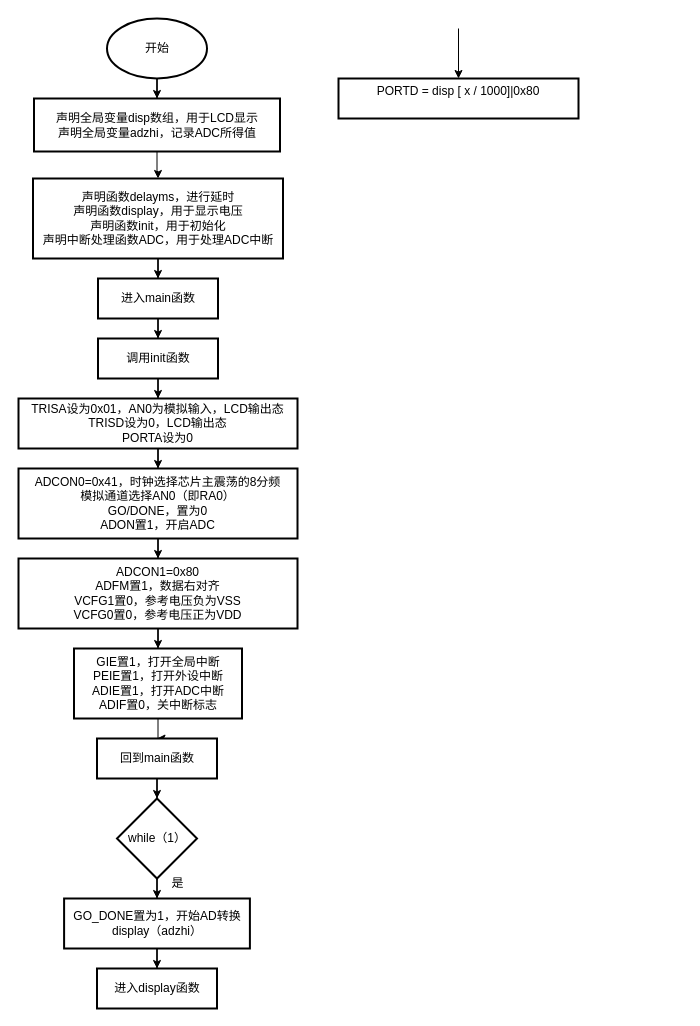
yangbc30/draw keeps this draw.io diagram as lab09.drawio. Above is the earlier version. Source tidied: cells renumbered, new cells numbered last; positions are measured from the earlier drawing's top-left corner, leaving out a move shared by most shapes. Both pictures are drawn from the tidied source at 100%, with x=0, y=0 at pixel (18, 18).
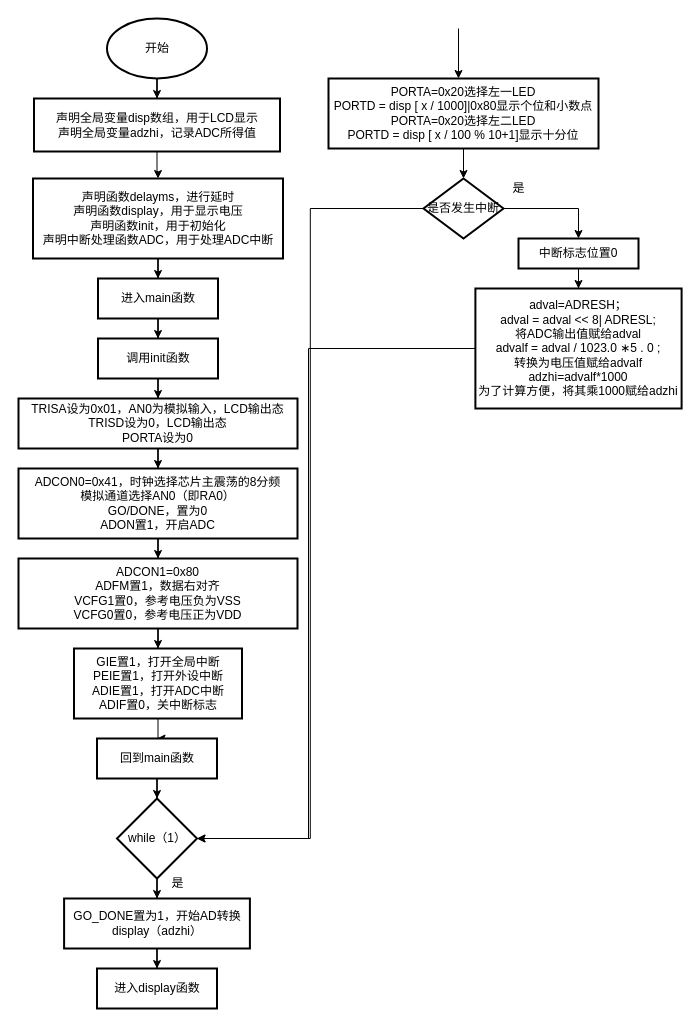
The same page after the edit.

Unchanged cells that the change refers to:
```xml
<mxCell id="23" value="while（1）" style="rhombus;whiteSpace=wrap;html=1;strokeWidth=2;" parent="1" vertex="1">
  <mxGeometry x="98.5" y="780" width="80" height="80" as="geometry" />
</mxCell>
```

What changed in the source:
```diff
@@
+    <mxCell id="30" style="edgeStyle=orthogonalEdgeStyle;rounded=0;jettySize=auto;html=1;" parent="1" edge="1" source="29" target="33">
+      <mxGeometry relative="1" as="geometry" />
+    </mxCell>
-    <mxCell id="29" value="&lt;div&gt;PORTD = disp [ x / 1000]&lt;span style=&quot;background-color: initial;&quot;&gt;|&lt;/span&gt;&lt;span style=&quot;background-color: initial;&quot;&gt;0x80&lt;/span&gt;&lt;/div&gt;&lt;div&gt;&lt;br&gt;&lt;/div&gt;" style="whiteSpace=wrap;html=1;strokeWidth=2;" parent="1" vertex="1">
-      <mxGeometry x="320" y="60" width="240" height="40" as="geometry" />
+    <mxCell id="29" value="&lt;div&gt;PORTA=0x20选择左一LED&lt;/div&gt;&lt;div&gt;PORTD = disp [ x / 1000]&lt;span style=&quot;background-color: initial;&quot;&gt;|&lt;/span&gt;&lt;span style=&quot;background-color: initial;&quot;&gt;0x80显示个位和小数点&lt;/span&gt;&lt;/div&gt;&lt;div&gt;PORTA=0x20选择左二LED&lt;br&gt;&lt;/div&gt;&lt;div&gt;PORTD = disp [ x / 100 % 10+1]显示十分位&lt;br&gt;&lt;/div&gt;" style="whiteSpace=wrap;html=1;strokeWidth=2;" parent="1" vertex="1">
+      <mxGeometry x="310" y="60" width="270" height="70" as="geometry" />
     </mxCell>
+    <mxCell id="31" style="edgeStyle=orthogonalEdgeStyle;rounded=0;jettySize=auto;html=1;" parent="1" edge="1" source="33" target="36">
+      <mxGeometry relative="1" as="geometry">
+        <Array as="points">
+          <mxPoint x="560" y="190" />
+        </Array>
+      </mxGeometry>
+    </mxCell>
+    <mxCell id="32" style="edgeStyle=orthogonalEdgeStyle;rounded=0;jettySize=auto;html=1;entryX=1;entryY=0.5;entryDx=0;entryDy=0;" parent="1" edge="1" source="33" target="23">
+      <mxGeometry relative="1" as="geometry" />
+    </mxCell>
+    <mxCell id="33" value="是否发生中断" style="rhombus;whiteSpace=wrap;html=1;strokeWidth=2;" parent="1" vertex="1">
+      <mxGeometry x="405" y="160" width="80" height="60" as="geometry" />
+    </mxCell>
+    <mxCell id="34" value="是" style="text;html=1;align=center;verticalAlign=middle;strokeColor=none;fillColor=none;" parent="1" vertex="1">
+      <mxGeometry x="480" y="155" width="40" height="30" as="geometry" />
+    </mxCell>
+    <mxCell id="35" style="edgeStyle=orthogonalEdgeStyle;rounded=0;jettySize=auto;html=1;" parent="1" edge="1" source="36" target="38">
+      <mxGeometry relative="1" as="geometry" />
+    </mxCell>
+    <mxCell id="36" value="中断标志位置0" style="whiteSpace=wrap;html=1;strokeWidth=2;" parent="1" vertex="1">
+      <mxGeometry x="500" y="220" width="120" height="30" as="geometry" />
+    </mxCell>
+    <mxCell id="37" style="edgeStyle=orthogonalEdgeStyle;rounded=0;jettySize=auto;html=1;entryX=1;entryY=0.5;entryDx=0;entryDy=0;" parent="1" edge="1" source="38" target="23">
+      <mxGeometry relative="1" as="geometry">
+        <Array as="points">
+          <mxPoint x="290" y="330" />
+          <mxPoint x="290" y="820" />
+        </Array>
+      </mxGeometry>
+    </mxCell>
+    <mxCell id="38" value="adval=ADRESH；&lt;br&gt;&lt;div&gt;adval = adval &amp;lt;&amp;lt; 8&lt;span style=&quot;background-color: initial;&quot;&gt;| ADRESL;&lt;/span&gt;&lt;/div&gt;&lt;div&gt;&lt;span style=&quot;background-color: initial;&quot;&gt;将ADC输出值赋给adval&lt;/span&gt;&lt;/div&gt;&lt;div&gt;&lt;span style=&quot;background-color: initial;&quot;&gt;&lt;div&gt;advalf = adval / 1023.0 ∗&lt;span style=&quot;background-color: initial;&quot;&gt;5 . 0 ;&lt;/span&gt;&lt;/div&gt;&lt;div&gt;&lt;span style=&quot;background-color: initial;&quot;&gt;转换为电压值赋给advalf&lt;/span&gt;&lt;/div&gt;&lt;div&gt;adzhi=advalf*1000&lt;br&gt;&lt;/div&gt;&lt;div&gt;为了计算方便，将其乘1000赋给adzhi&lt;/div&gt;&lt;/span&gt;&lt;/div&gt;" style="whiteSpace=wrap;html=1;strokeWidth=2;" parent="1" vertex="1">
+      <mxGeometry x="456.9" y="270" width="206.2" height="120" as="geometry" />
+    </mxCell>
```
